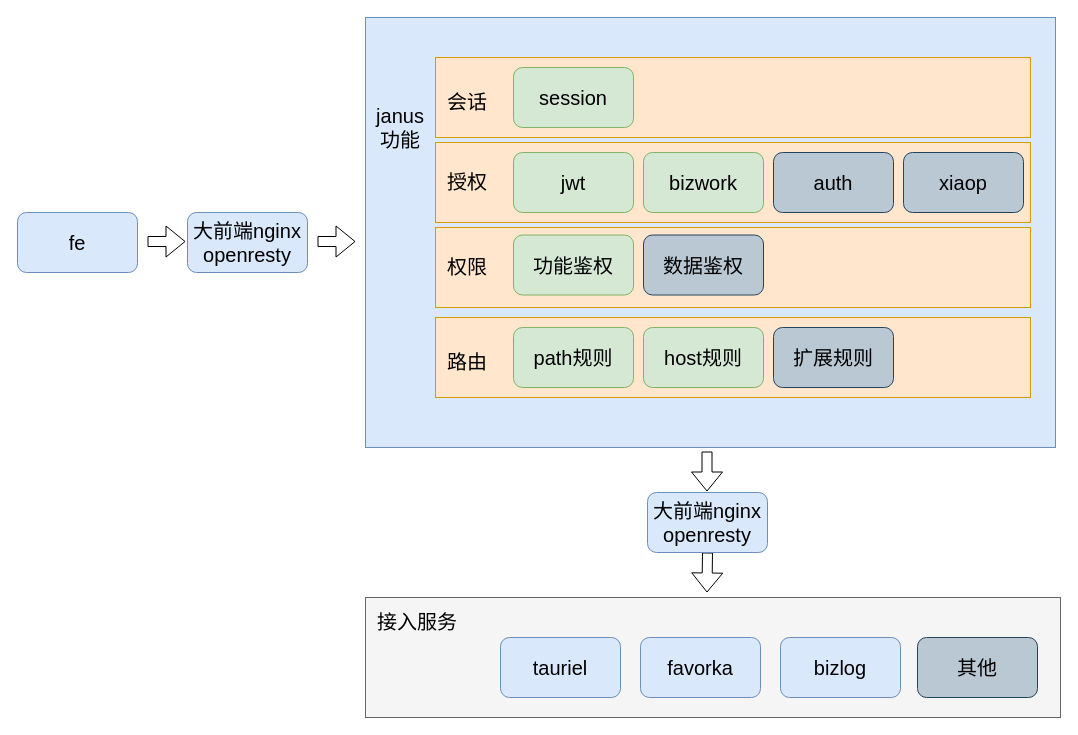
Earlier version of the draw.io diagram janus_gateway.drawio (effyroth/drawio2). Source tidied: cells renumbered, new cells numbered last; positions are measured from the earlier drawing's top-left corner, leaving out a move shared by most shapes. Both pictures are drawn from the tidied source at 100%, with x=0, y=0 at pixel (17, 17).
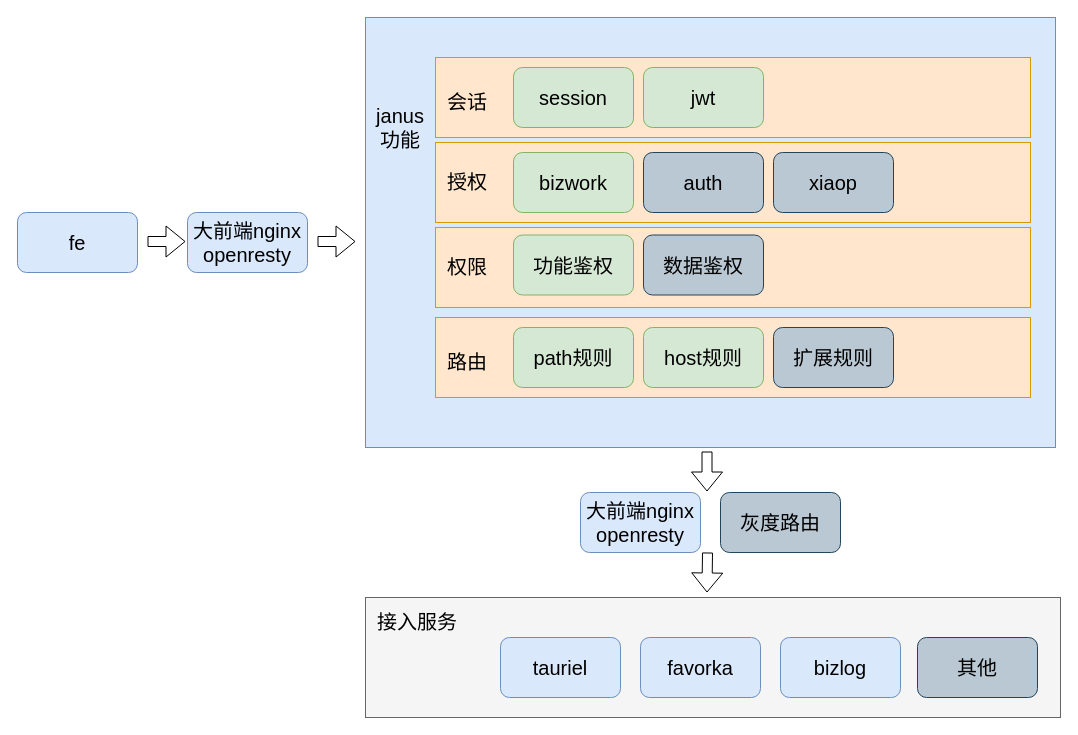
The same page after the edit.

What changed in the source:
```diff
@@
     <mxCell id="13" value="&lt;font style=&quot;font-size: 20px&quot;&gt;bizwork&lt;/font&gt;" style="rounded=1;whiteSpace=wrap;html=1;fillColor=#d5e8d4;strokeColor=#82b366;" parent="1" vertex="1">
-      <mxGeometry x="626" y="135" width="120" height="60" as="geometry" />
+      <mxGeometry x="496" y="135" width="120" height="60" as="geometry" />
     </mxCell>
@@
     <mxCell id="15" value="&lt;span style=&quot;font-size: 20px&quot;&gt;jwt&lt;/span&gt;" style="rounded=1;whiteSpace=wrap;html=1;fillColor=#d5e8d4;strokeColor=#82b366;" parent="1" vertex="1">
-      <mxGeometry x="496" y="135" width="120" height="60" as="geometry" />
+      <mxGeometry x="626" y="50" width="120" height="60" as="geometry" />
     </mxCell>
@@
     <mxCell id="20" value="&lt;font style=&quot;font-size: 20px&quot;&gt;auth&lt;/font&gt;" style="rounded=1;whiteSpace=wrap;html=1;fillColor=#bac8d3;strokeColor=#23445d;" parent="1" vertex="1">
-      <mxGeometry x="756" y="135" width="120" height="60" as="geometry" />
+      <mxGeometry x="626" y="135" width="120" height="60" as="geometry" />
     </mxCell>
     <mxCell id="21" value="&lt;font style=&quot;font-size: 20px&quot;&gt;xiaop&lt;/font&gt;" style="rounded=1;whiteSpace=wrap;html=1;fillColor=#bac8d3;strokeColor=#23445d;" parent="1" vertex="1">
-      <mxGeometry x="886" y="135" width="120" height="60" as="geometry" />
+      <mxGeometry x="756" y="135" width="120" height="60" as="geometry" />
     </mxCell>
@@
     <mxCell id="31" value="&lt;font style=&quot;font-size: 20px&quot;&gt;大前端nginx&lt;br&gt;openresty&lt;br&gt;&lt;/font&gt;" style="rounded=1;whiteSpace=wrap;html=1;fillColor=#dae8fc;strokeColor=#6c8ebf;" parent="1" vertex="1">
-      <mxGeometry x="630" y="475" width="120" height="60" as="geometry" />
+      <mxGeometry x="563" y="475" width="120" height="60" as="geometry" />
     </mxCell>
@@
+    <mxCell id="35" value="&lt;font style=&quot;font-size: 20px&quot;&gt;灰度路由&lt;br&gt;&lt;/font&gt;" style="rounded=1;whiteSpace=wrap;html=1;fillColor=#bac8d3;strokeColor=#23445d;" parent="1" vertex="1">
+      <mxGeometry x="703" y="475" width="120" height="60" as="geometry" />
+    </mxCell>
```
